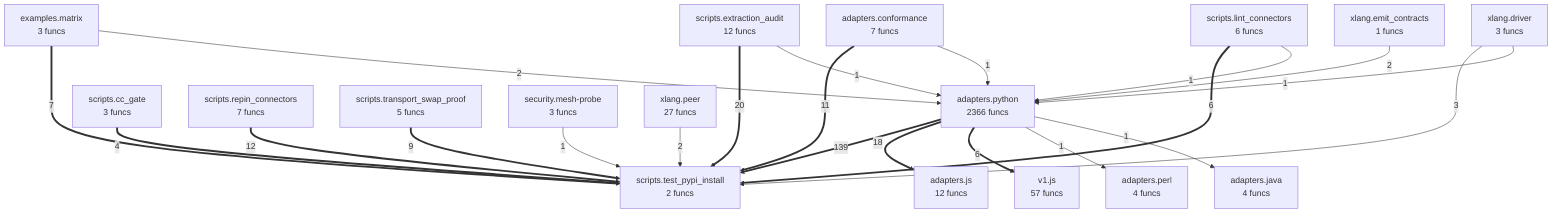
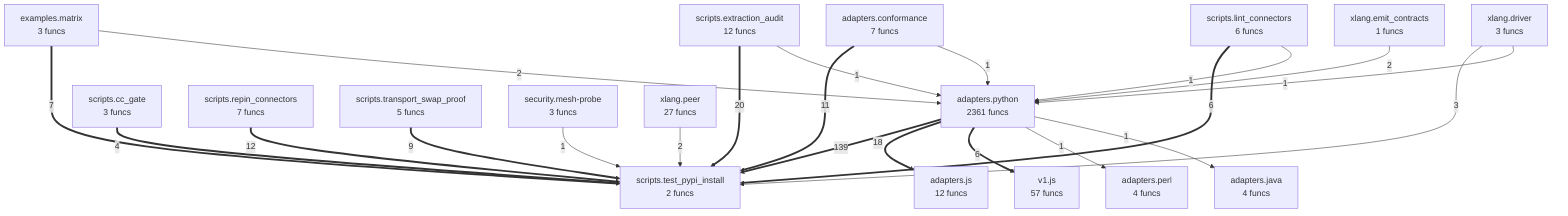
flowchart TD
- %% generated in 0.14s
+ %% generated in 0.15s
    adapters__conformance["adapters.conformance<br/>7 funcs"]
    adapters__java["adapters.java<br/>4 funcs"]
    adapters__js["adapters.js<br/>12 funcs"]
    adapters__perl["adapters.perl<br/>4 funcs"]
-     adapters__python["adapters.python<br/>2366 funcs"]
+     adapters__python["adapters.python<br/>2361 funcs"]
    examples__matrix["examples.matrix<br/>3 funcs"]
    scripts__cc_gate["scripts.cc_gate<br/>3 funcs"]
    scripts__extraction_audit["scripts.extraction_audit<br/>12 funcs"]
    scripts__lint_connectors["scripts.lint_connectors<br/>6 funcs"]
    scripts__repin_connectors["scripts.repin_connectors<br/>7 funcs"]
    scripts__test_pypi_install["scripts.test_pypi_install<br/>2 funcs"]
    scripts__transport_swap_proof["scripts.transport_swap_proof<br/>5 funcs"]
    security__mesh_probe["security.mesh-probe<br/>3 funcs"]
    v1__js["v1.js<br/>57 funcs"]
    xlang__driver["xlang.driver<br/>3 funcs"]
    xlang__emit_contracts["xlang.emit_contracts<br/>1 funcs"]
    xlang__peer["xlang.peer<br/>27 funcs"]
    adapters__python ==>|139| scripts__test_pypi_install
    scripts__extraction_audit ==>|20| scripts__test_pypi_install
    adapters__python ==>|18| adapters__js
    scripts__repin_connectors ==>|12| scripts__test_pypi_install
    adapters__conformance ==>|11| scripts__test_pypi_install
    scripts__transport_swap_proof ==>|9| scripts__test_pypi_install
    examples__matrix ==>|7| scripts__test_pypi_install
    scripts__lint_connectors ==>|6| scripts__test_pypi_install
    adapters__python ==>|6| v1__js
    scripts__cc_gate ==>|4| scripts__test_pypi_install
    xlang__driver -->|3| scripts__test_pypi_install
    examples__matrix -->|2| adapters__python
    xlang__emit_contracts -->|2| adapters__python
    xlang__peer -->|2| scripts__test_pypi_install
    security__mesh_probe -->|1| scripts__test_pypi_install
    scripts__lint_connectors -->|1| adapters__python
    scripts__extraction_audit -->|1| adapters__python
    adapters__conformance -->|1| adapters__python
    adapters__python -->|1| adapters__perl
    adapters__python -->|1| adapters__java
    xlang__driver -->|1| adapters__python
